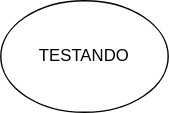
Before: diagramas/casos-de-uso.svg, a diagram exported from draw.io (jonnathas/vagas). Source tidied: cells renumbered, new cells last; positions are measured from the earlier drawing's top-left corner, leaving out a move shared by most shapes. Its diagram source:
```xml
<mxGraphModel>
  <root>
    <mxCell id="0" />
    <mxCell id="1" parent="0" />
    <mxCell id="2" value="TESTANDO&lt;br&gt;" style="ellipse;whiteSpace=wrap;html=1;" parent="1" vertex="1">
      <mxGeometry width="120" height="80" as="geometry" />
    </mxCell>
  </root>
</mxGraphModel>
```
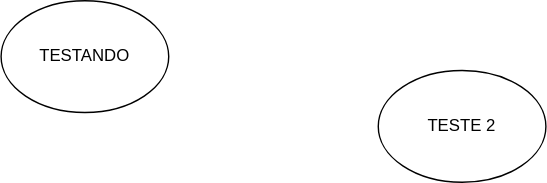
Later version of the same file.

Commit message:
editando diagrama de casos de uso

The edit, as a diff of the source:
```diff
@@ -5,5 +5,8 @@
     <mxCell id="2" value="TESTANDO&lt;br&gt;" style="ellipse;whiteSpace=wrap;html=1;" parent="1" vertex="1">
       <mxGeometry width="120" height="80" as="geometry" />
     </mxCell>
+    <mxCell id="3" value="TESTE 2" style="ellipse;whiteSpace=wrap;html=1;" parent="1" vertex="1">
+      <mxGeometry x="270" y="50" width="120" height="80" as="geometry" />
+    </mxCell>
   </root>
 </mxGraphModel>
```
